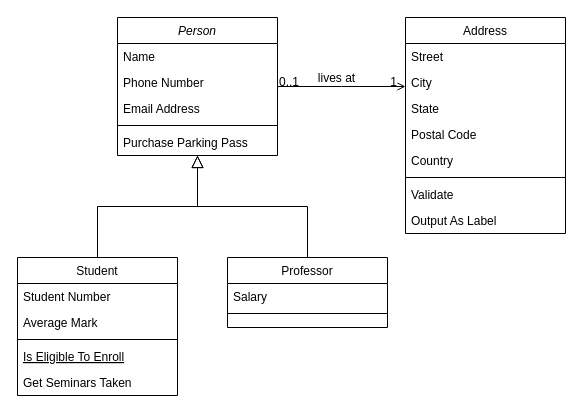
Above: Untitled Diagram.drawio in lachicadulce/JavaStudy (draw.io), before the change. Source tidied: cells renumbered, new cells numbered last; positions are measured from the earlier drawing's top-left corner, leaving out a move shared by most shapes. Both pictures are drawn from the tidied source at 100%, with x=0, y=0 at pixel (17, 17).
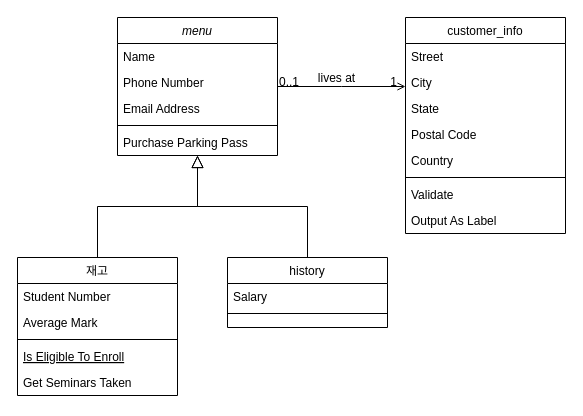
After the change.

Commit message:
디비 다이어그램 수정

Diff of the diagram source:
```diff
@@
-    <mxCell id="2" value="Person" style="swimlane;fontStyle=2;align=center;verticalAlign=top;horizontal=1;startSize=26;rounded=0;shadow=0;strokeWidth=1;" parent="1" vertex="1">
+    <mxCell id="2" value="menu" style="swimlane;fontStyle=2;align=center;verticalAlign=top;horizontal=1;startSize=26;rounded=0;shadow=0;strokeWidth=1;" parent="1" vertex="1">
       <mxGeometry x="100" width="160" height="138" as="geometry" />
     </mxCell>
@@
-    <mxCell id="8" value="Student" style="swimlane;fontStyle=0;align=center;verticalAlign=top;horizontal=1;startSize=26;rounded=0;shadow=0;strokeWidth=1;" parent="1" vertex="1">
+    <mxCell id="8" value="재고" style="swimlane;fontStyle=0;align=center;verticalAlign=top;horizontal=1;startSize=26;rounded=0;shadow=0;strokeWidth=1;" parent="1" vertex="1">
       <mxGeometry y="240" width="160" height="138" as="geometry" />
     </mxCell>
@@
-    <mxCell id="15" value="Professor" style="swimlane;fontStyle=0;align=center;verticalAlign=top;horizontal=1;startSize=26;rounded=0;shadow=0;strokeWidth=1;" parent="1" vertex="1">
+    <mxCell id="15" value="history" style="swimlane;fontStyle=0;align=center;verticalAlign=top;horizontal=1;startSize=26;rounded=0;shadow=0;strokeWidth=1;" parent="1" vertex="1">
       <mxGeometry x="210" y="240" width="160" height="70" as="geometry" />
     </mxCell>
@@
-    <mxCell id="19" value="Address" style="swimlane;fontStyle=0;align=center;verticalAlign=top;horizontal=1;startSize=26;rounded=0;shadow=0;strokeWidth=1;" parent="1" vertex="1">
+    <mxCell id="19" value="customer_info" style="swimlane;fontStyle=0;align=center;verticalAlign=top;horizontal=1;startSize=26;rounded=0;shadow=0;strokeWidth=1;" parent="1" vertex="1">
       <mxGeometry x="388" width="160" height="216" as="geometry" />
     </mxCell>
```
